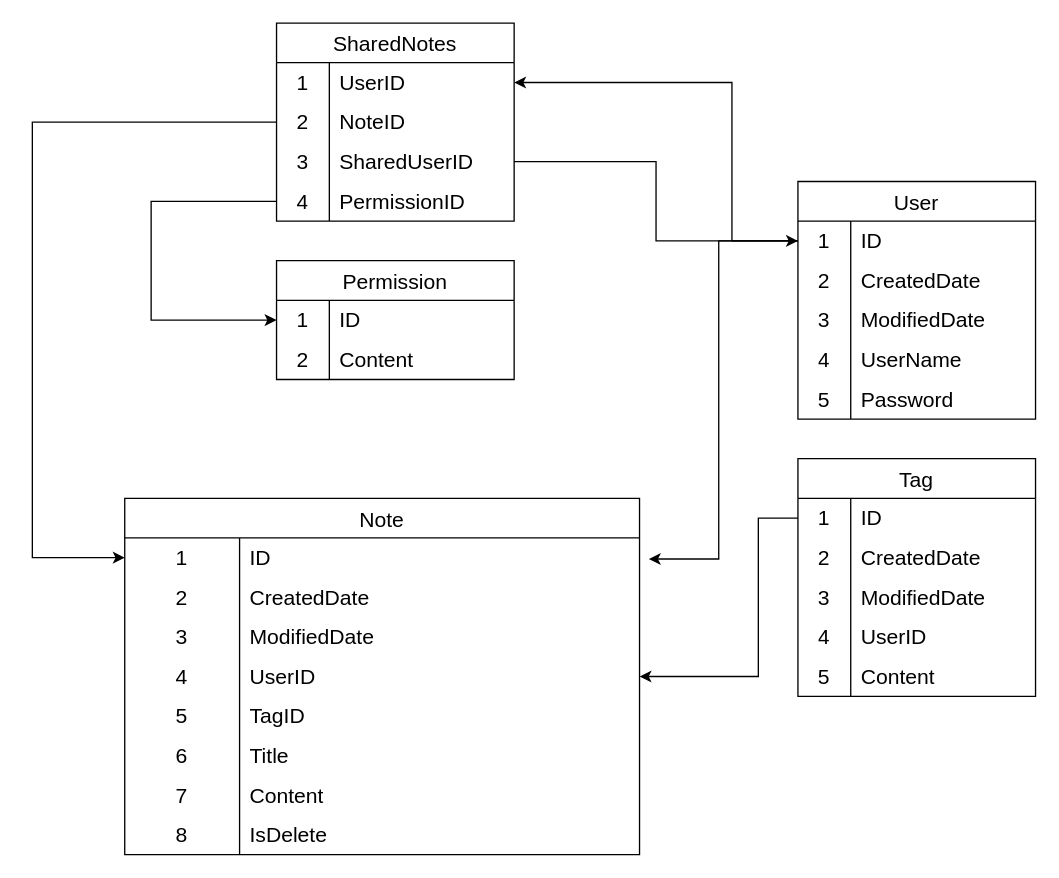
Above: Biểu đồ không có tiêu đề.drawio in minh91a1/dbdiagram (draw.io), before the change. Source tidied: cells renumbered, new cells numbered last; positions are measured from the earlier drawing's top-left corner, leaving out a move shared by most shapes. Both pictures are drawn from the tidied source at 132%, with x=0, y=0 at pixel (32, 22).
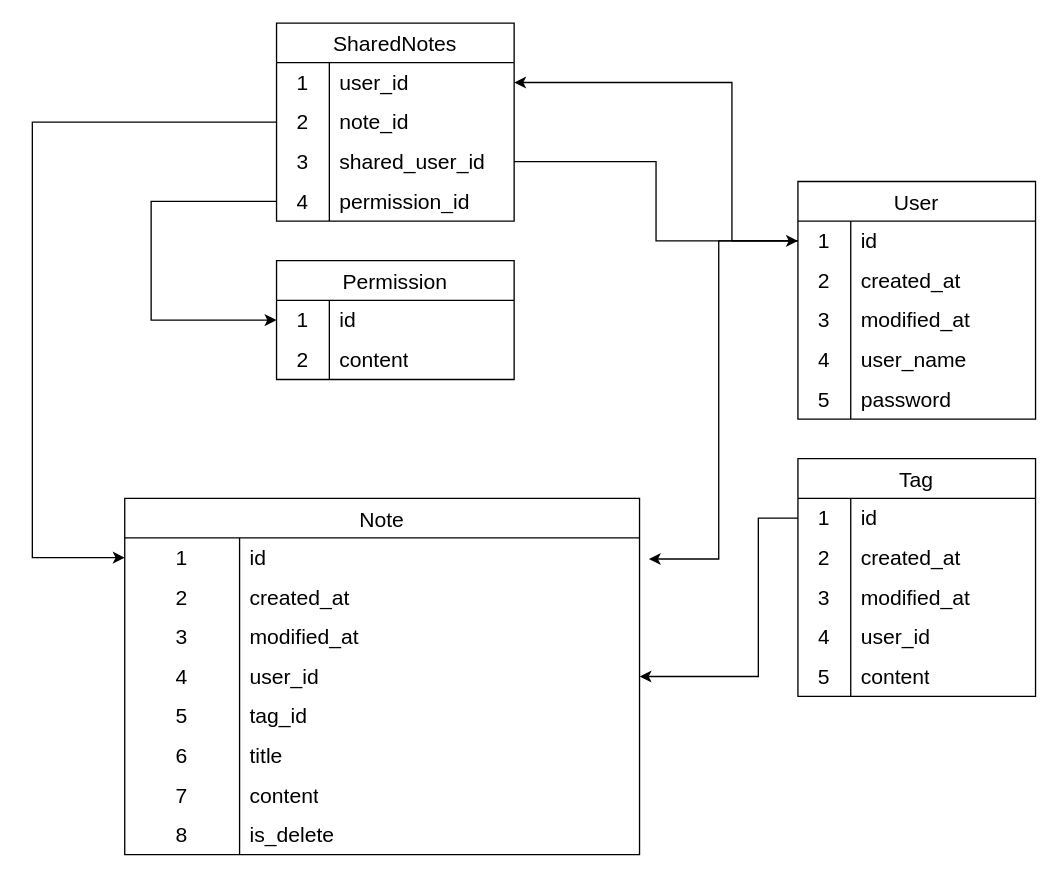
The same diagram, later.

Commit message (it also covers changes not shown here):
Cập nhật Biểu đồ không có tiêu đề.drawio

The change refers to these unchanged cells:
```xml
<mxCell id="3" style="shape=tableRow;horizontal=0;startSize=0;swimlaneHead=0;swimlaneBody=0;top=0;left=0;bottom=0;right=0;fillColor=none;points=[[0,0.5],[1,0.5]];portConstraint=eastwest;strokeColor=inherit;fontSize=16;" parent="2" vertex="1">
  <mxGeometry y="30" width="390" height="30" as="geometry" />
</mxCell>
<mxCell id="6" style="shape=tableRow;horizontal=0;startSize=0;swimlaneHead=0;swimlaneBody=0;top=0;left=0;bottom=0;right=0;fillColor=none;strokeColor=inherit;fontSize=16;" parent="2" vertex="1">
  <mxGeometry y="60" width="390" height="30" as="geometry" />
</mxCell>
<mxCell id="9" style="shape=tableRow;horizontal=0;startSize=0;swimlaneHead=0;swimlaneBody=0;top=0;left=0;bottom=0;right=0;fillColor=none;strokeColor=inherit;fontSize=16;" parent="2" vertex="1">
  <mxGeometry y="90" width="390" height="30" as="geometry" />
</mxCell>
<mxCell id="12" style="shape=tableRow;horizontal=0;startSize=0;swimlaneHead=0;swimlaneBody=0;top=0;left=0;bottom=0;right=0;fillColor=none;points=[[0,0.5],[1,0.5]];portConstraint=eastwest;strokeColor=inherit;fontSize=16;" parent="2" vertex="1">
  <mxGeometry y="120" width="390" height="30" as="geometry" />
</mxCell>
<mxCell id="15" style="shape=tableRow;horizontal=0;startSize=0;swimlaneHead=0;swimlaneBody=0;top=0;left=0;bottom=0;right=0;fillColor=none;strokeColor=inherit;fontSize=16;" parent="2" vertex="1">
  <mxGeometry y="150" width="390" height="30" as="geometry" />
</mxCell>
<mxCell id="18" style="shape=tableRow;horizontal=0;startSize=0;swimlaneHead=0;swimlaneBody=0;top=0;left=0;bottom=0;right=0;fillColor=none;strokeColor=inherit;fontSize=16;" parent="2" vertex="1">
  <mxGeometry y="180" width="390" height="30" as="geometry" />
</mxCell>
<mxCell id="21" style="shape=tableRow;horizontal=0;startSize=0;swimlaneHead=0;swimlaneBody=0;top=0;left=0;bottom=0;right=0;fillColor=none;strokeColor=inherit;fontSize=16;" parent="2" vertex="1">
  <mxGeometry y="210" width="390" height="30" as="geometry" />
</mxCell>
<mxCell id="24" style="shape=tableRow;horizontal=0;startSize=0;swimlaneHead=0;swimlaneBody=0;top=0;left=0;bottom=0;right=0;fillColor=none;strokeColor=inherit;fontSize=16;" parent="2" vertex="1">
  <mxGeometry y="240" width="390" height="30" as="geometry" />
</mxCell>
<mxCell id="28" style="shape=tableRow;horizontal=0;startSize=0;swimlaneHead=0;swimlaneBody=0;top=0;left=0;bottom=0;right=0;fillColor=none;points=[[0,0.5],[1,0.5]];portConstraint=eastwest;strokeColor=inherit;fontSize=16;" parent="27" vertex="1">
  <mxGeometry y="30" width="180" height="30" as="geometry" />
</mxCell>
<mxCell id="31" style="shape=tableRow;horizontal=0;startSize=0;swimlaneHead=0;swimlaneBody=0;top=0;left=0;bottom=0;right=0;fillColor=none;strokeColor=inherit;fontSize=16;" parent="27" vertex="1">
  <mxGeometry y="60" width="180" height="30" as="geometry" />
</mxCell>
<mxCell id="34" style="shape=tableRow;horizontal=0;startSize=0;swimlaneHead=0;swimlaneBody=0;top=0;left=0;bottom=0;right=0;fillColor=none;strokeColor=inherit;fontSize=16;" parent="27" vertex="1">
  <mxGeometry y="90" width="180" height="30" as="geometry" />
</mxCell>
<mxCell id="37" style="shape=tableRow;horizontal=0;startSize=0;swimlaneHead=0;swimlaneBody=0;top=0;left=0;bottom=0;right=0;fillColor=none;strokeColor=inherit;fontSize=16;" parent="27" vertex="1">
  <mxGeometry y="120" width="180" height="30" as="geometry" />
</mxCell>
<mxCell id="40" style="shape=tableRow;horizontal=0;startSize=0;swimlaneHead=0;swimlaneBody=0;top=0;left=0;bottom=0;right=0;fillColor=none;strokeColor=inherit;fontSize=16;" parent="27" vertex="1">
  <mxGeometry y="150" width="180" height="30" as="geometry" />
</mxCell>
<mxCell id="44" style="shape=tableRow;horizontal=0;startSize=0;swimlaneHead=0;swimlaneBody=0;top=0;left=0;bottom=0;right=0;fillColor=none;points=[[0,0.5],[1,0.5]];portConstraint=eastwest;strokeColor=inherit;fontSize=16;" parent="43" vertex="1">
  <mxGeometry y="30" width="180" height="30" as="geometry" />
</mxCell>
<mxCell id="47" style="shape=tableRow;horizontal=0;startSize=0;swimlaneHead=0;swimlaneBody=0;top=0;left=0;bottom=0;right=0;fillColor=none;strokeColor=inherit;fontSize=16;" parent="43" vertex="1">
  <mxGeometry y="60" width="180" height="30" as="geometry" />
</mxCell>
<mxCell id="50" style="shape=tableRow;horizontal=0;startSize=0;swimlaneHead=0;swimlaneBody=0;top=0;left=0;bottom=0;right=0;fillColor=none;strokeColor=inherit;fontSize=16;" parent="43" vertex="1">
  <mxGeometry y="90" width="180" height="30" as="geometry" />
</mxCell>
<mxCell id="53" style="shape=tableRow;horizontal=0;startSize=0;swimlaneHead=0;swimlaneBody=0;top=0;left=0;bottom=0;right=0;fillColor=none;strokeColor=inherit;fontSize=16;" parent="43" vertex="1">
  <mxGeometry y="120" width="180" height="30" as="geometry" />
</mxCell>
<mxCell id="56" style="shape=tableRow;horizontal=0;startSize=0;swimlaneHead=0;swimlaneBody=0;top=0;left=0;bottom=0;right=0;fillColor=none;strokeColor=inherit;fontSize=16;" parent="43" vertex="1">
  <mxGeometry y="150" width="180" height="30" as="geometry" />
</mxCell>
<mxCell id="61" style="shape=tableRow;horizontal=0;startSize=0;swimlaneHead=0;swimlaneBody=0;top=0;left=0;bottom=0;right=0;fillColor=none;points=[[0,0.5],[1,0.5]];portConstraint=eastwest;strokeColor=inherit;fontSize=16;" parent="60" vertex="1">
  <mxGeometry y="30" width="180" height="30" as="geometry" />
</mxCell>
<mxCell id="64" style="shape=tableRow;horizontal=0;startSize=0;swimlaneHead=0;swimlaneBody=0;top=0;left=0;bottom=0;right=0;fillColor=none;points=[[0,0.5],[1,0.5]];portConstraint=eastwest;strokeColor=inherit;fontSize=16;" parent="60" vertex="1">
  <mxGeometry y="60" width="180" height="30" as="geometry" />
</mxCell>
<mxCell id="67" style="shape=tableRow;horizontal=0;startSize=0;swimlaneHead=0;swimlaneBody=0;top=0;left=0;bottom=0;right=0;fillColor=none;points=[[0,0.5],[1,0.5]];portConstraint=eastwest;strokeColor=inherit;fontSize=16;" parent="60" vertex="1">
  <mxGeometry y="90" width="180" height="30" as="geometry" />
</mxCell>
<mxCell id="70" style="shape=tableRow;horizontal=0;startSize=0;swimlaneHead=0;swimlaneBody=0;top=0;left=0;bottom=0;right=0;fillColor=none;points=[[0,0.5],[1,0.5]];portConstraint=eastwest;strokeColor=inherit;fontSize=16;" parent="60" vertex="1">
  <mxGeometry y="120" width="180" height="30" as="geometry" />
</mxCell>
<mxCell id="77" style="shape=tableRow;horizontal=0;startSize=0;swimlaneHead=0;swimlaneBody=0;top=0;left=0;bottom=0;right=0;fillColor=none;points=[[0,0.5],[1,0.5]];portConstraint=eastwest;strokeColor=inherit;fontSize=16;" parent="76" vertex="1">
  <mxGeometry y="30" width="180" height="30" as="geometry" />
</mxCell>
<mxCell id="80" style="shape=tableRow;horizontal=0;startSize=0;swimlaneHead=0;swimlaneBody=0;top=0;left=0;bottom=0;right=0;fillColor=none;strokeColor=inherit;fontSize=16;" parent="76" vertex="1">
  <mxGeometry y="60" width="180" height="30" as="geometry" />
</mxCell>
```

The edit, as a diff of the source:
```diff
@@
-    <mxCell id="5" value="ID" style="shape=partialRectangle;html=1;whiteSpace=wrap;fillColor=none;top=0;left=0;bottom=0;right=0;align=left;spacingLeft=6;overflow=hidden;strokeColor=inherit;fontSize=16;" parent="3" vertex="1">
+    <mxCell id="5" value="id" style="shape=partialRectangle;html=1;whiteSpace=wrap;fillColor=none;top=0;left=0;bottom=0;right=0;align=left;spacingLeft=6;overflow=hidden;strokeColor=inherit;fontSize=16;" parent="3" vertex="1">
       <mxGeometry x="87" width="303" height="30" as="geometry" />
     </mxCell>
@@
-    <mxCell id="8" value="CreatedDate" style="shape=partialRectangle;html=1;whiteSpace=wrap;fillColor=none;top=0;left=0;bottom=0;right=0;align=left;spacingLeft=6;overflow=hidden;strokeColor=inherit;fontSize=16;" parent="6" vertex="1">
+    <mxCell id="8" value="created_at" style="shape=partialRectangle;html=1;whiteSpace=wrap;fillColor=none;top=0;left=0;bottom=0;right=0;align=left;spacingLeft=6;overflow=hidden;strokeColor=inherit;fontSize=16;" parent="6" vertex="1">
       <mxGeometry x="87" width="303" height="30" as="geometry" />
     </mxCell>
@@
-    <mxCell id="11" value="ModifiedDate" style="shape=partialRectangle;html=1;whiteSpace=wrap;fillColor=none;top=0;left=0;bottom=0;right=0;align=left;spacingLeft=6;overflow=hidden;strokeColor=inherit;fontSize=16;" parent="9" vertex="1">
+    <mxCell id="11" value="modified_at" style="shape=partialRectangle;html=1;whiteSpace=wrap;fillColor=none;top=0;left=0;bottom=0;right=0;align=left;spacingLeft=6;overflow=hidden;strokeColor=inherit;fontSize=16;" parent="9" vertex="1">
       <mxGeometry x="87" width="303" height="30" as="geometry" />
     </mxCell>
@@
-    <mxCell id="14" value="UserID" style="shape=partialRectangle;html=1;whiteSpace=wrap;fillColor=none;top=0;left=0;bottom=0;right=0;align=left;spacingLeft=6;overflow=hidden;strokeColor=inherit;fontSize=16;" parent="12" vertex="1">
+    <mxCell id="14" value="user_id" style="shape=partialRectangle;html=1;whiteSpace=wrap;fillColor=none;top=0;left=0;bottom=0;right=0;align=left;spacingLeft=6;overflow=hidden;strokeColor=inherit;fontSize=16;" parent="12" vertex="1">
       <mxGeometry x="87" width="303" height="30" as="geometry" />
     </mxCell>
@@
-    <mxCell id="17" value="TagID" style="shape=partialRectangle;html=1;whiteSpace=wrap;fillColor=none;top=0;left=0;bottom=0;right=0;align=left;spacingLeft=6;overflow=hidden;strokeColor=inherit;fontSize=16;" parent="15" vertex="1">
+    <mxCell id="17" value="tag_id" style="shape=partialRectangle;html=1;whiteSpace=wrap;fillColor=none;top=0;left=0;bottom=0;right=0;align=left;spacingLeft=6;overflow=hidden;strokeColor=inherit;fontSize=16;" parent="15" vertex="1">
       <mxGeometry x="87" width="303" height="30" as="geometry" />
     </mxCell>
@@
-    <mxCell id="20" value="Title" style="shape=partialRectangle;html=1;whiteSpace=wrap;fillColor=none;top=0;left=0;bottom=0;right=0;align=left;spacingLeft=6;overflow=hidden;strokeColor=inherit;fontSize=16;" parent="18" vertex="1">
+    <mxCell id="20" value="title" style="shape=partialRectangle;html=1;whiteSpace=wrap;fillColor=none;top=0;left=0;bottom=0;right=0;align=left;spacingLeft=6;overflow=hidden;strokeColor=inherit;fontSize=16;" parent="18" vertex="1">
       <mxGeometry x="87" width="303" height="30" as="geometry" />
     </mxCell>
@@
-    <mxCell id="23" value="Content" style="shape=partialRectangle;html=1;whiteSpace=wrap;fillColor=none;top=0;left=0;bottom=0;right=0;align=left;spacingLeft=6;overflow=hidden;strokeColor=inherit;fontSize=16;" parent="21" vertex="1">
+    <mxCell id="23" value="content" style="shape=partialRectangle;html=1;whiteSpace=wrap;fillColor=none;top=0;left=0;bottom=0;right=0;align=left;spacingLeft=6;overflow=hidden;strokeColor=inherit;fontSize=16;" parent="21" vertex="1">
       <mxGeometry x="87" width="303" height="30" as="geometry" />
     </mxCell>
@@
-    <mxCell id="26" value="IsDelete" style="shape=partialRectangle;html=1;whiteSpace=wrap;fillColor=none;top=0;left=0;bottom=0;right=0;align=left;spacingLeft=6;overflow=hidden;strokeColor=inherit;fontSize=16;" parent="24" vertex="1">
+    <mxCell id="26" value="is_delete" style="shape=partialRectangle;html=1;whiteSpace=wrap;fillColor=none;top=0;left=0;bottom=0;right=0;align=left;spacingLeft=6;overflow=hidden;strokeColor=inherit;fontSize=16;" parent="24" vertex="1">
       <mxGeometry x="87" width="303" height="30" as="geometry" />
     </mxCell>
@@
-    <mxCell id="30" value="ID" style="shape=partialRectangle;html=1;whiteSpace=wrap;fillColor=none;top=0;left=0;bottom=0;right=0;align=left;spacingLeft=6;overflow=hidden;strokeColor=inherit;fontSize=16;" parent="28" vertex="1">
+    <mxCell id="30" value="id" style="shape=partialRectangle;html=1;whiteSpace=wrap;fillColor=none;top=0;left=0;bottom=0;right=0;align=left;spacingLeft=6;overflow=hidden;strokeColor=inherit;fontSize=16;" parent="28" vertex="1">
       <mxGeometry x="40" width="140" height="30" as="geometry" />
     </mxCell>
@@
-    <mxCell id="33" value="CreatedDate" style="shape=partialRectangle;html=1;whiteSpace=wrap;fillColor=none;top=0;left=0;bottom=0;right=0;align=left;spacingLeft=6;overflow=hidden;strokeColor=inherit;fontSize=16;" parent="31" vertex="1">
+    <mxCell id="33" value="created_at" style="shape=partialRectangle;html=1;whiteSpace=wrap;fillColor=none;top=0;left=0;bottom=0;right=0;align=left;spacingLeft=6;overflow=hidden;strokeColor=inherit;fontSize=16;" parent="31" vertex="1">
       <mxGeometry x="40" width="140" height="30" as="geometry" />
     </mxCell>
@@
-    <mxCell id="36" value="ModifiedDate" style="shape=partialRectangle;html=1;whiteSpace=wrap;fillColor=none;top=0;left=0;bottom=0;right=0;align=left;spacingLeft=6;overflow=hidden;strokeColor=inherit;fontSize=16;" parent="34" vertex="1">
+    <mxCell id="36" value="modified_at" style="shape=partialRectangle;html=1;whiteSpace=wrap;fillColor=none;top=0;left=0;bottom=0;right=0;align=left;spacingLeft=6;overflow=hidden;strokeColor=inherit;fontSize=16;" parent="34" vertex="1">
       <mxGeometry x="40" width="140" height="30" as="geometry" />
     </mxCell>
@@
-    <mxCell id="39" value="UserName" style="shape=partialRectangle;html=1;whiteSpace=wrap;fillColor=none;top=0;left=0;bottom=0;right=0;align=left;spacingLeft=6;overflow=hidden;strokeColor=inherit;fontSize=16;" parent="37" vertex="1">
+    <mxCell id="39" value="user_name" style="shape=partialRectangle;html=1;whiteSpace=wrap;fillColor=none;top=0;left=0;bottom=0;right=0;align=left;spacingLeft=6;overflow=hidden;strokeColor=inherit;fontSize=16;" parent="37" vertex="1">
       <mxGeometry x="40" width="140" height="30" as="geometry" />
     </mxCell>
@@
-    <mxCell id="42" value="Password" style="shape=partialRectangle;html=1;whiteSpace=wrap;fillColor=none;top=0;left=0;bottom=0;right=0;align=left;spacingLeft=6;overflow=hidden;strokeColor=inherit;fontSize=16;" parent="40" vertex="1">
+    <mxCell id="42" value="password" style="shape=partialRectangle;html=1;whiteSpace=wrap;fillColor=none;top=0;left=0;bottom=0;right=0;align=left;spacingLeft=6;overflow=hidden;strokeColor=inherit;fontSize=16;" parent="40" vertex="1">
       <mxGeometry x="40" width="140" height="30" as="geometry" />
     </mxCell>
@@
-    <mxCell id="46" value="ID" style="shape=partialRectangle;html=1;whiteSpace=wrap;fillColor=none;top=0;left=0;bottom=0;right=0;align=left;spacingLeft=6;overflow=hidden;strokeColor=inherit;fontSize=16;" parent="44" vertex="1">
+    <mxCell id="46" value="id" style="shape=partialRectangle;html=1;whiteSpace=wrap;fillColor=none;top=0;left=0;bottom=0;right=0;align=left;spacingLeft=6;overflow=hidden;strokeColor=inherit;fontSize=16;" parent="44" vertex="1">
       <mxGeometry x="40" width="140" height="30" as="geometry" />
     </mxCell>
@@
-    <mxCell id="49" value="CreatedDate" style="shape=partialRectangle;html=1;whiteSpace=wrap;fillColor=none;top=0;left=0;bottom=0;right=0;align=left;spacingLeft=6;overflow=hidden;strokeColor=inherit;fontSize=16;" parent="47" vertex="1">
+    <mxCell id="49" value="created_at" style="shape=partialRectangle;html=1;whiteSpace=wrap;fillColor=none;top=0;left=0;bottom=0;right=0;align=left;spacingLeft=6;overflow=hidden;strokeColor=inherit;fontSize=16;" parent="47" vertex="1">
       <mxGeometry x="40" width="140" height="30" as="geometry" />
     </mxCell>
@@
-    <mxCell id="52" value="ModifiedDate" style="shape=partialRectangle;html=1;whiteSpace=wrap;fillColor=none;top=0;left=0;bottom=0;right=0;align=left;spacingLeft=6;overflow=hidden;strokeColor=inherit;fontSize=16;" parent="50" vertex="1">
+    <mxCell id="52" value="modified_at" style="shape=partialRectangle;html=1;whiteSpace=wrap;fillColor=none;top=0;left=0;bottom=0;right=0;align=left;spacingLeft=6;overflow=hidden;strokeColor=inherit;fontSize=16;" parent="50" vertex="1">
       <mxGeometry x="40" width="140" height="30" as="geometry" />
     </mxCell>
@@
-    <mxCell id="55" value="UserID" style="shape=partialRectangle;html=1;whiteSpace=wrap;fillColor=none;top=0;left=0;bottom=0;right=0;align=left;spacingLeft=6;overflow=hidden;strokeColor=inherit;fontSize=16;" parent="53" vertex="1">
+    <mxCell id="55" value="user_id" style="shape=partialRectangle;html=1;whiteSpace=wrap;fillColor=none;top=0;left=0;bottom=0;right=0;align=left;spacingLeft=6;overflow=hidden;strokeColor=inherit;fontSize=16;" parent="53" vertex="1">
       <mxGeometry x="40" width="140" height="30" as="geometry" />
     </mxCell>
@@
-    <mxCell id="58" value="Content" style="shape=partialRectangle;html=1;whiteSpace=wrap;fillColor=none;top=0;left=0;bottom=0;right=0;align=left;spacingLeft=6;overflow=hidden;strokeColor=inherit;fontSize=16;" parent="56" vertex="1">
+    <mxCell id="58" value="content" style="shape=partialRectangle;html=1;whiteSpace=wrap;fillColor=none;top=0;left=0;bottom=0;right=0;align=left;spacingLeft=6;overflow=hidden;strokeColor=inherit;fontSize=16;" parent="56" vertex="1">
       <mxGeometry x="40" width="140" height="30" as="geometry" />
     </mxCell>
@@
-    <mxCell id="63" value="UserID" style="shape=partialRectangle;html=1;whiteSpace=wrap;fillColor=none;top=0;left=0;bottom=0;right=0;align=left;spacingLeft=6;overflow=hidden;strokeColor=inherit;fontSize=16;" parent="61" vertex="1">
+    <mxCell id="63" value="user_id" style="shape=partialRectangle;html=1;whiteSpace=wrap;fillColor=none;top=0;left=0;bottom=0;right=0;align=left;spacingLeft=6;overflow=hidden;strokeColor=inherit;fontSize=16;" parent="61" vertex="1">
       <mxGeometry x="40" width="140" height="30" as="geometry" />
     </mxCell>
@@
-    <mxCell id="66" value="NoteID" style="shape=partialRectangle;html=1;whiteSpace=wrap;fillColor=none;top=0;left=0;bottom=0;right=0;align=left;spacingLeft=6;overflow=hidden;strokeColor=inherit;fontSize=16;" parent="64" vertex="1">
+    <mxCell id="66" value="note_id" style="shape=partialRectangle;html=1;whiteSpace=wrap;fillColor=none;top=0;left=0;bottom=0;right=0;align=left;spacingLeft=6;overflow=hidden;strokeColor=inherit;fontSize=16;" parent="64" vertex="1">
       <mxGeometry x="40" width="140" height="30" as="geometry" />
     </mxCell>
@@
-    <mxCell id="69" value="SharedUserID" style="shape=partialRectangle;html=1;whiteSpace=wrap;fillColor=none;top=0;left=0;bottom=0;right=0;align=left;spacingLeft=6;overflow=hidden;strokeColor=inherit;fontSize=16;" parent="67" vertex="1">
+    <mxCell id="69" value="shared_user_id" style="shape=partialRectangle;html=1;whiteSpace=wrap;fillColor=none;top=0;left=0;bottom=0;right=0;align=left;spacingLeft=6;overflow=hidden;strokeColor=inherit;fontSize=16;" parent="67" vertex="1">
       <mxGeometry x="40" width="140" height="30" as="geometry" />
     </mxCell>
@@
-    <mxCell id="72" value="PermissionID" style="shape=partialRectangle;html=1;whiteSpace=wrap;fillColor=none;top=0;left=0;bottom=0;right=0;align=left;spacingLeft=6;overflow=hidden;strokeColor=inherit;fontSize=16;" parent="70" vertex="1">
+    <mxCell id="72" value="permission_id" style="shape=partialRectangle;html=1;whiteSpace=wrap;fillColor=none;top=0;left=0;bottom=0;right=0;align=left;spacingLeft=6;overflow=hidden;strokeColor=inherit;fontSize=16;" parent="70" vertex="1">
       <mxGeometry x="40" width="140" height="30" as="geometry" />
     </mxCell>
@@
-    <mxCell id="79" value="ID" style="shape=partialRectangle;html=1;whiteSpace=wrap;fillColor=none;top=0;left=0;bottom=0;right=0;align=left;spacingLeft=6;overflow=hidden;strokeColor=inherit;fontSize=16;" parent="77" vertex="1">
+    <mxCell id="79" value="id" style="shape=partialRectangle;html=1;whiteSpace=wrap;fillColor=none;top=0;left=0;bottom=0;right=0;align=left;spacingLeft=6;overflow=hidden;strokeColor=inherit;fontSize=16;" parent="77" vertex="1">
       <mxGeometry x="40" width="140" height="30" as="geometry" />
     </mxCell>
@@
-    <mxCell id="82" value="Content" style="shape=partialRectangle;html=1;whiteSpace=wrap;fillColor=none;top=0;left=0;bottom=0;right=0;align=left;spacingLeft=6;overflow=hidden;strokeColor=inherit;fontSize=16;" parent="80" vertex="1">
+    <mxCell id="82" value="content" style="shape=partialRectangle;html=1;whiteSpace=wrap;fillColor=none;top=0;left=0;bottom=0;right=0;align=left;spacingLeft=6;overflow=hidden;strokeColor=inherit;fontSize=16;" parent="80" vertex="1">
       <mxGeometry x="40" width="140" height="30" as="geometry" />
     </mxCell>
```
